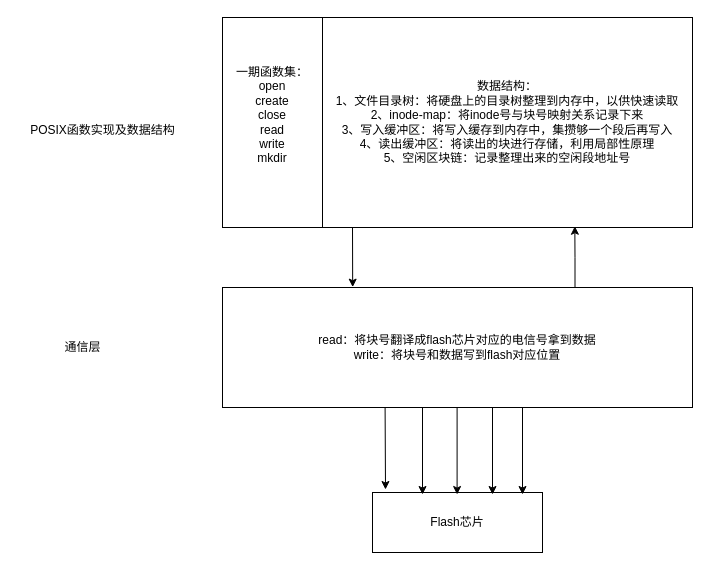
Above: FS.drawio in zhangxm99/ffs (draw.io), before the change. Source tidied: cells renumbered, new cells numbered last; positions are measured from the earlier drawing's top-left corner, leaving out a move shared by most shapes. Both pictures are drawn from the tidied source at 100%, with x=0, y=0 at pixel (17, 17).
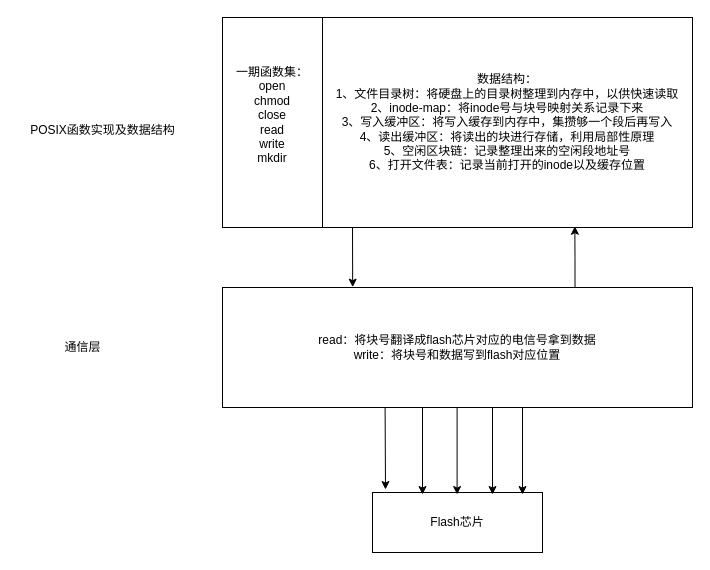
The same diagram, later.

The edit, as a diff of the source:
```diff
@@
-    <mxCell id="2" value="&lt;div&gt;一期函数集：&lt;/div&gt;open&lt;div&gt;create&lt;/div&gt;&lt;div&gt;close&lt;br&gt;&lt;div&gt;read&lt;/div&gt;&lt;div&gt;write&lt;/div&gt;&lt;div&gt;mkdir&lt;/div&gt;&lt;div&gt;&lt;br&gt;&lt;/div&gt;&lt;/div&gt;" style="rounded=0;whiteSpace=wrap;html=1;" parent="1" vertex="1">
+    <mxCell id="2" value="&lt;div&gt;一期函数集：&lt;/div&gt;open&lt;div&gt;chmod&lt;/div&gt;&lt;div&gt;close&lt;br&gt;&lt;div&gt;read&lt;/div&gt;&lt;div&gt;write&lt;/div&gt;&lt;div&gt;mkdir&lt;/div&gt;&lt;div&gt;&lt;br&gt;&lt;/div&gt;&lt;/div&gt;" style="rounded=0;whiteSpace=wrap;html=1;" parent="1" vertex="1">
       <mxGeometry x="205" width="100" height="210" as="geometry" />
     </mxCell>
@@
-    <mxCell id="4" value="数据结构：&lt;div&gt;1、文件目录树：将硬盘上的目录树整理到内存中，以供快速读取&lt;/div&gt;&lt;div&gt;2、inode-map：将inode号与块号映射关系记录下来&lt;/div&gt;&lt;div&gt;3、写入缓冲区：将写入缓存到内存中，集攒够一个段后再写入&lt;/div&gt;&lt;div&gt;4、读出缓冲区：将读出的块进行存储，利用局部性原理&lt;/div&gt;&lt;div&gt;5、空闲区块链：记录整理出来的空闲段地址号&lt;/div&gt;" style="rounded=0;whiteSpace=wrap;html=1;" parent="1" vertex="1">
+    <mxCell id="4" value="数据结构：&lt;div&gt;1、文件目录树：将硬盘上的目录树整理到内存中，以供快速读取&lt;/div&gt;&lt;div&gt;2、inode-map：将inode号与块号映射关系记录下来&lt;/div&gt;&lt;div&gt;3、写入缓冲区：将写入缓存到内存中，集攒够一个段后再写入&lt;/div&gt;&lt;div&gt;4、读出缓冲区：将读出的块进行存储，利用局部性原理&lt;/div&gt;&lt;div&gt;5、空闲区块链：记录整理出来的空闲段地址号&lt;/div&gt;&lt;div&gt;6、打开文件表：记录当前打开的inode以及缓存位置&lt;/div&gt;" style="rounded=0;whiteSpace=wrap;html=1;" parent="1" vertex="1">
       <mxGeometry x="305" width="370" height="210" as="geometry" />
     </mxCell>
```
